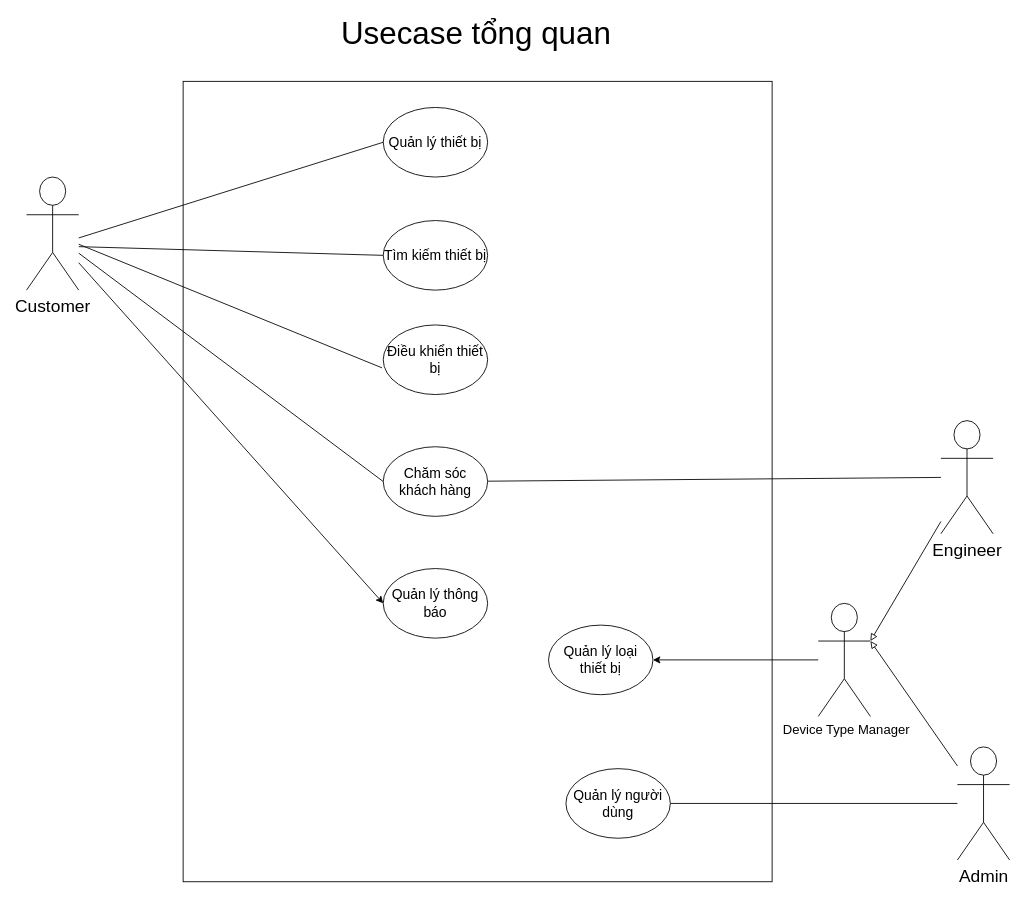
Above: Usecase diagram/general_usecase_diagram.drawio in cuongceg/BTL-IT3120 (draw.io), before the change. Source tidied: cells renumbered, new cells numbered last; positions are measured from the earlier drawing's top-left corner, leaving out a move shared by most shapes. Both pictures are drawn from the tidied source at 87%, with x=0, y=0 at pixel (26, 20).
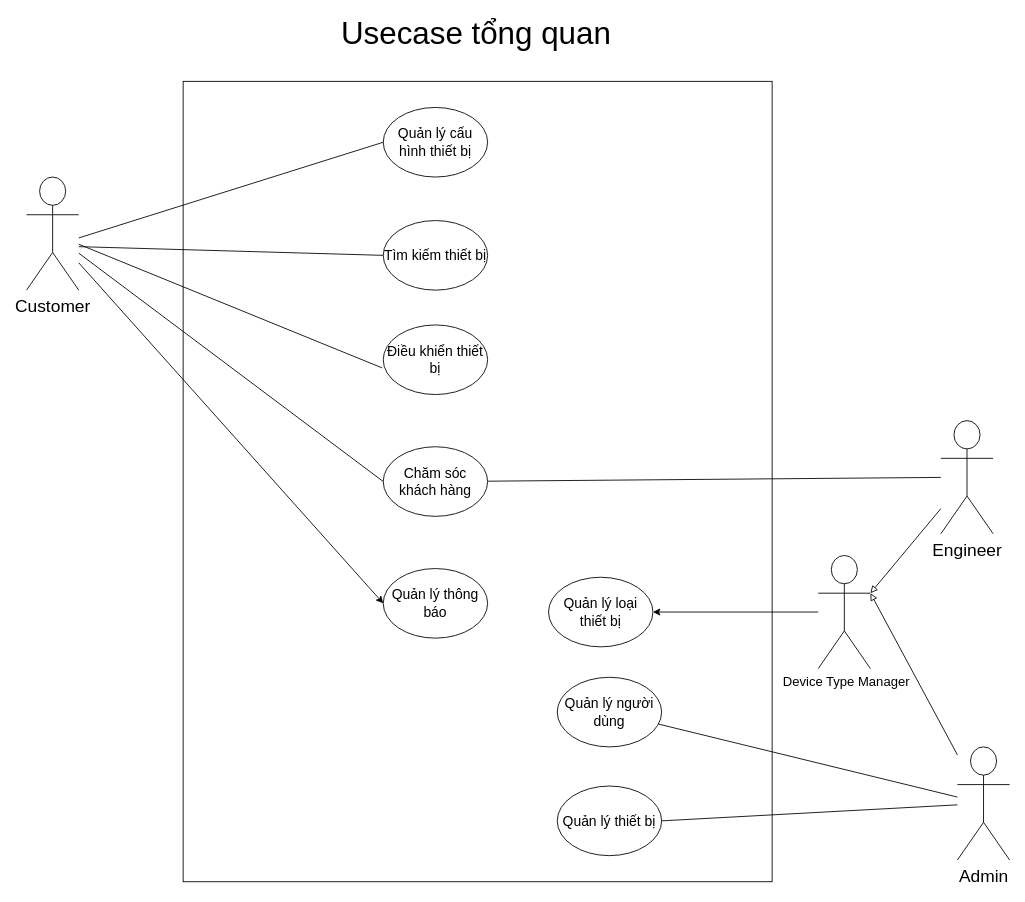
After the change.

Commit message:
Cập nhật general_usecase_diagram.drawio

Unchanged cells that the change refers to:
```xml
<mxCell id="4" value="&lt;font style=&quot;font-size: 20px;&quot;&gt;Admin&lt;/font&gt;" style="shape=umlActor;verticalLabelPosition=bottom;verticalAlign=top;html=1;outlineConnect=0;" parent="1" vertex="1">
  <mxGeometry x="1070" y="835" width="60" height="130" as="geometry" />
</mxCell>
```

Change to the diagram source:
```diff
@@
+    <mxCell id="26" style="rounded=0;jettySize=auto;html=1;entryX=1;entryY=0.5;entryDx=0;entryDy=0;endArrow=none;startFill=0;" parent="1" edge="1" source="4" target="27">
+      <mxGeometry relative="1" as="geometry" />
+    </mxCell>
@@
-    <mxCell id="7" value="&lt;font style=&quot;font-size: 16px;&quot;&gt;Quản lý thiết bị&lt;/font&gt;" style="ellipse;whiteSpace=wrap;html=1;" parent="1" vertex="1">
+    <mxCell id="7" value="&lt;font style=&quot;font-size: 16px;&quot;&gt;Quản lý cấu hình thiết bị&lt;/font&gt;" style="ellipse;whiteSpace=wrap;html=1;" parent="1" vertex="1">
       <mxGeometry x="410" y="100" width="120" height="80" as="geometry" />
     </mxCell>
     <mxCell id="8" value="&lt;font style=&quot;font-size: 16px;&quot;&gt;Quản lý người dùng&lt;/font&gt;" style="ellipse;whiteSpace=wrap;html=1;" parent="1" vertex="1">
-      <mxGeometry x="620" y="860" width="120" height="80" as="geometry" />
+      <mxGeometry x="610" y="755" width="120" height="80" as="geometry" />
     </mxCell>
@@
     <mxCell id="20" value="&lt;font style=&quot;font-size: 16px;&quot;&gt;Quản lý loại thiết bị&lt;/font&gt;" style="ellipse;whiteSpace=wrap;html=1;" parent="1" vertex="1">
-      <mxGeometry x="600" y="695" width="120" height="80" as="geometry" />
+      <mxGeometry x="600" y="640" width="120" height="80" as="geometry" />
     </mxCell>
@@
     <mxCell id="23" value="&lt;font style=&quot;font-size: 15px;&quot;&gt;&amp;nbsp;Device Type Manager&lt;/font&gt;" style="shape=umlActor;verticalLabelPosition=bottom;verticalAlign=top;html=1;outlineConnect=0;" parent="1" vertex="1">
-      <mxGeometry x="910" y="670" width="60" height="130" as="geometry" />
+      <mxGeometry x="910" y="615" width="60" height="130" as="geometry" />
     </mxCell>
@@
+    <mxCell id="27" value="&lt;font style=&quot;font-size: 16px;&quot;&gt;Quản lý thiết bị&lt;/font&gt;" style="ellipse;whiteSpace=wrap;html=1;" parent="1" vertex="1">
+      <mxGeometry x="610" y="880" width="120" height="80" as="geometry" />
+    </mxCell>
```
